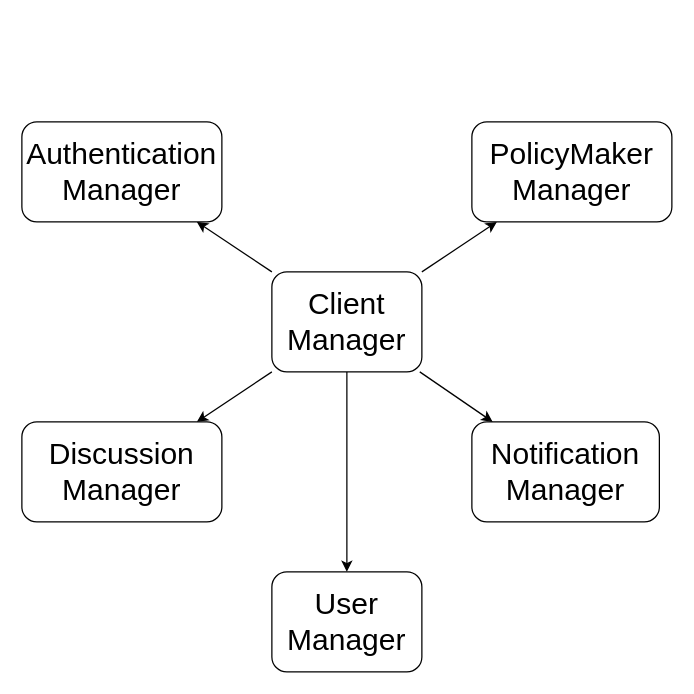
The draw.io diagram page "ClientManagerForumIntegration" (4 of 6) of DD Diagrams/ComponentImplementation.drawio in matteovisotto/SE2-CecchettoSirianiVisotto, before the edit. Source tidied: cells renumbered, new cells numbered last; positions are measured from the earlier drawing's top-left corner, leaving out a move shared by most shapes. Both pictures are drawn from the tidied source at 125%, with x=0, y=0 at pixel (21, 121).
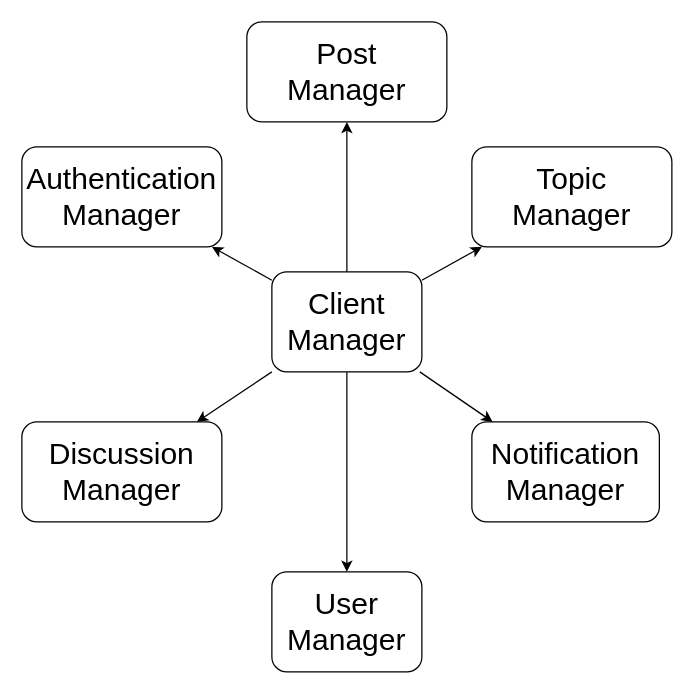
The same diagram, later.

The edit, as a diff of the source:
```diff
@@
 <mxGraphModel>
   <root>
     <mxCell id="0" />
     <mxCell id="1" parent="0" />
     <mxCell id="2" value="User Manager" style="rounded=1;whiteSpace=wrap;html=1;fontSize=24;" parent="1" vertex="1">
       <mxGeometry x="200" y="360" width="120" height="80" as="geometry" />
     </mxCell>
-    <mxCell id="3" value="PolicyMaker Manager" style="rounded=1;whiteSpace=wrap;html=1;fontSize=24;" parent="1" vertex="1">
-      <mxGeometry x="360" width="160" height="80" as="geometry" />
-    </mxCell>
     <mxCell id="4" value="Notification Manager" style="rounded=1;whiteSpace=wrap;html=1;fontSize=24;" parent="1" vertex="1">
       <mxGeometry x="360" y="240" width="150" height="80" as="geometry" />
     </mxCell>
     <mxCell id="5" value="Discussion Manager" style="rounded=1;whiteSpace=wrap;html=1;fontSize=24;" parent="1" vertex="1">
       <mxGeometry y="240" width="160" height="80" as="geometry" />
     </mxCell>
     <mxCell id="6" style="edgeStyle=none;rounded=0;jettySize=auto;html=1;fontSize=24;" parent="1" edge="1" source="11" target="4">
       <mxGeometry relative="1" as="geometry" />
     </mxCell>
     <mxCell id="7" style="edgeStyle=none;rounded=0;jettySize=auto;html=1;fontSize=24;" parent="1" edge="1" source="11" target="5">
       <mxGeometry relative="1" as="geometry" />
     </mxCell>
     <mxCell id="8" style="edgeStyle=none;rounded=0;jettySize=auto;html=1;fontSize=24;" parent="1" edge="1" source="11" target="2">
       <mxGeometry relative="1" as="geometry" />
     </mxCell>
-    <mxCell id="9" style="edgeStyle=none;rounded=0;jettySize=auto;html=1;fontSize=24;" parent="1" edge="1" source="11" target="3">
-      <mxGeometry relative="1" as="geometry" />
-    </mxCell>
     <mxCell id="10" style="edgeStyle=none;rounded=0;jettySize=auto;html=1;fontSize=24;" parent="1" edge="1" source="11" target="12">
       <mxGeometry relative="1" as="geometry" />
     </mxCell>
     <mxCell id="11" value="Client Manager" style="rounded=1;whiteSpace=wrap;html=1;fontSize=24;" parent="1" vertex="1">
       <mxGeometry x="200" y="120" width="120" height="80" as="geometry" />
     </mxCell>
     <mxCell id="12" value="Authentication Manager" style="rounded=1;whiteSpace=wrap;html=1;fontSize=24;" parent="1" vertex="1">
-      <mxGeometry width="160" height="80" as="geometry" />
+      <mxGeometry y="20" width="160" height="80" as="geometry" />
     </mxCell>
+    <mxCell id="13" value="Post&lt;br&gt;Manager" style="rounded=1;whiteSpace=wrap;html=1;fontSize=24;" parent="1" vertex="1">
+      <mxGeometry x="180" y="-80" width="160" height="80" as="geometry" />
+    </mxCell>
+    <mxCell id="14" value="Topic&lt;br&gt;Manager" style="rounded=1;whiteSpace=wrap;html=1;fontSize=24;" parent="1" vertex="1">
+      <mxGeometry x="360" y="20" width="160" height="80" as="geometry" />
+    </mxCell>
+    <mxCell id="15" style="edgeStyle=none;rounded=0;jettySize=auto;html=1;fontSize=24;" parent="1" edge="1" source="11" target="14">
+      <mxGeometry relative="1" as="geometry" />
+    </mxCell>
+    <mxCell id="16" style="edgeStyle=none;rounded=0;jettySize=auto;html=1;fontSize=24;" parent="1" edge="1" source="11" target="13">
+      <mxGeometry relative="1" as="geometry" />
+    </mxCell>
   </root>
 </mxGraphModel>
```
